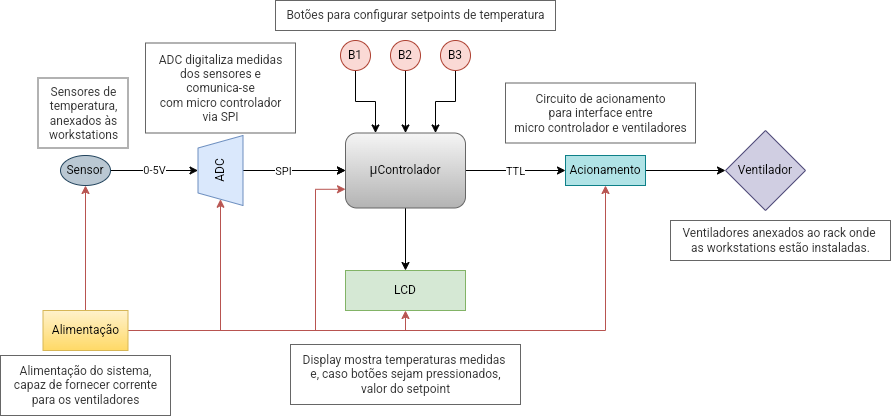
The draw.io diagram 2022.2/ventsys/ventsys.drawio.png in vm-bertini/ea075-2023.1, before a commit. Source tidied: cells renumbered, new cells last; positions are measured from the earlier drawing's top-left corner, leaving out a move shared by most shapes. The source it was exported from:
```xml
<mxGraphModel>
  <root>
    <mxCell id="0" />
    <mxCell id="1" parent="0" />
    <mxCell id="2" style="edgeStyle=orthogonalEdgeStyle;rounded=0;jettySize=auto;html=1;exitX=1;exitY=0.5;exitDx=0;exitDy=0;fontFamily=Helvetica;entryX=0;entryY=0.5;entryDx=0;entryDy=0;" parent="1" edge="1" source="5" target="11">
      <mxGeometry relative="1" as="geometry" />
    </mxCell>
    <mxCell id="3" value="TTL" style="edgeLabel;html=1;align=center;verticalAlign=middle;" parent="2" vertex="1">
      <mxGeometry x="0.3" relative="1" as="geometry">
        <mxPoint x="-16" as="offset" />
      </mxGeometry>
    </mxCell>
    <mxCell id="4" style="edgeStyle=orthogonalEdgeStyle;rounded=0;jettySize=auto;html=1;exitX=0.5;exitY=1;exitDx=0;exitDy=0;entryX=0.5;entryY=0;entryDx=0;entryDy=0;fontFamily=Helvetica;" parent="1" edge="1" source="5" target="12">
      <mxGeometry relative="1" as="geometry" />
    </mxCell>
    <mxCell id="5" value="&lt;p&gt;&lt;span style=&quot;color: rgb(32, 33, 34); font-size: 14px; text-align: start;&quot;&gt;μ&lt;/span&gt;Controlador&lt;/p&gt;" style="rounded=1;whiteSpace=wrap;html=1;fontSize=12;glass=0;strokeWidth=1;shadow=0;fillColor=#f5f5f5;strokeColor=#666666;gradientColor=#b3b3b3;" parent="1" vertex="1">
      <mxGeometry x="345" y="132.5" width="120" height="75" as="geometry" />
    </mxCell>
    <mxCell id="6" style="edgeStyle=orthogonalEdgeStyle;rounded=0;jettySize=auto;html=1;entryX=0;entryY=0.5;entryDx=0;entryDy=0;exitX=1;exitY=0.5;exitDx=0;exitDy=0;" parent="1" edge="1" target="5">
      <mxGeometry relative="1" as="geometry">
        <mxPoint x="255" y="170" as="sourcePoint" />
      </mxGeometry>
    </mxCell>
    <mxCell id="7" value="0-5V" style="edgeStyle=orthogonalEdgeStyle;rounded=0;jettySize=auto;html=1;exitX=1;exitY=0.5;exitDx=0;exitDy=0;entryX=0.5;entryY=0;entryDx=0;entryDy=0;fontFamily=Helvetica;" parent="1" edge="1" source="8" target="17">
      <mxGeometry relative="1" as="geometry" />
    </mxCell>
    <mxCell id="8" value="Sensor" style="ellipse;whiteSpace=wrap;html=1;fillColor=#bac8d3;strokeColor=#23445d;" parent="1" vertex="1">
      <mxGeometry x="60" y="155" width="50" height="30" as="geometry" />
    </mxCell>
    <mxCell id="9" value="Ventilador" style="rhombus;whiteSpace=wrap;html=1;fontFamily=Helvetica;fillColor=#d0cee2;strokeColor=#56517e;" parent="1" vertex="1">
      <mxGeometry x="725" y="130" width="80" height="80" as="geometry" />
    </mxCell>
    <mxCell id="10" style="edgeStyle=orthogonalEdgeStyle;rounded=0;jettySize=auto;html=1;exitX=1;exitY=0.5;exitDx=0;exitDy=0;entryX=0;entryY=0.5;entryDx=0;entryDy=0;fontFamily=Helvetica;" parent="1" edge="1" source="11" target="9">
      <mxGeometry relative="1" as="geometry" />
    </mxCell>
    <mxCell id="11" value="Acionamento" style="rounded=0;whiteSpace=wrap;html=1;fillColor=#b0e3e6;strokeColor=#0e8088;" parent="1" vertex="1">
      <mxGeometry x="565" y="155" width="80" height="30" as="geometry" />
    </mxCell>
    <mxCell id="12" value="LCD" style="rounded=0;whiteSpace=wrap;html=1;fontFamily=Helvetica;fillColor=#d5e8d4;strokeColor=#82b366;" parent="1" vertex="1">
      <mxGeometry x="345" y="270" width="120" height="40" as="geometry" />
    </mxCell>
    <mxCell id="13" style="edgeStyle=orthogonalEdgeStyle;rounded=0;jettySize=auto;html=1;" parent="1" edge="1" source="14" target="5">
      <mxGeometry relative="1" as="geometry">
        <Array as="points">
          <mxPoint x="355" y="101" />
          <mxPoint x="375" y="101" />
        </Array>
      </mxGeometry>
    </mxCell>
    <mxCell id="14" value="B1" style="ellipse;whiteSpace=wrap;html=1;fontFamily=Helvetica;fillColor=#fad9d5;strokeColor=#ae4132;" parent="1" vertex="1">
      <mxGeometry x="340" y="40" width="30" height="30" as="geometry" />
    </mxCell>
    <mxCell id="15" style="edgeStyle=orthogonalEdgeStyle;rounded=0;jettySize=auto;html=1;" parent="1" edge="1" source="17" target="5">
      <mxGeometry relative="1" as="geometry" />
    </mxCell>
    <mxCell id="16" value="SPI" style="edgeLabel;html=1;align=center;verticalAlign=middle;" parent="15" vertex="1">
      <mxGeometry x="-0.22" relative="1" as="geometry" />
    </mxCell>
    <mxCell id="17" value="ADC" style="shape=trapezoid;perimeter=trapezoidPerimeter;whiteSpace=wrap;html=1;fixedSize=1;rotation=-90;size=12.5;fillColor=#dae8fc;strokeColor=#6c8ebf;" parent="1" vertex="1">
      <mxGeometry x="185" y="147.5" width="70" height="45" as="geometry" />
    </mxCell>
    <mxCell id="18" style="edgeStyle=orthogonalEdgeStyle;rounded=0;jettySize=auto;html=1;" parent="1" edge="1" source="19" target="5">
      <mxGeometry relative="1" as="geometry" />
    </mxCell>
    <mxCell id="19" value="B2" style="ellipse;whiteSpace=wrap;html=1;fontFamily=Helvetica;fillColor=#fad9d5;strokeColor=#ae4132;" parent="1" vertex="1">
      <mxGeometry x="390" y="40" width="30" height="30" as="geometry" />
    </mxCell>
    <mxCell id="20" style="edgeStyle=orthogonalEdgeStyle;rounded=0;jettySize=auto;html=1;" parent="1" edge="1" source="21" target="5">
      <mxGeometry relative="1" as="geometry">
        <Array as="points">
          <mxPoint x="455" y="101" />
          <mxPoint x="435" y="101" />
        </Array>
      </mxGeometry>
    </mxCell>
    <mxCell id="21" value="B3" style="ellipse;whiteSpace=wrap;html=1;fontFamily=Helvetica;fillColor=#fad9d5;strokeColor=#ae4132;" parent="1" vertex="1">
      <mxGeometry x="440" y="40" width="30" height="30" as="geometry" />
    </mxCell>
    <mxCell id="22" style="edgeStyle=orthogonalEdgeStyle;rounded=0;jettySize=auto;html=1;fillColor=#f8cecc;gradientColor=#ea6b66;strokeColor=#b85450;" parent="1" edge="1" source="27" target="8">
      <mxGeometry relative="1" as="geometry" />
    </mxCell>
    <mxCell id="23" style="edgeStyle=orthogonalEdgeStyle;rounded=0;jettySize=auto;html=1;exitX=1;exitY=0.5;exitDx=0;exitDy=0;entryX=0;entryY=0.5;entryDx=0;entryDy=0;fillColor=#f8cecc;gradientColor=#ea6b66;strokeColor=#b85450;" parent="1" edge="1" source="27" target="17">
      <mxGeometry relative="1" as="geometry" />
    </mxCell>
    <mxCell id="24" style="edgeStyle=orthogonalEdgeStyle;rounded=0;jettySize=auto;html=1;entryX=0.5;entryY=1;entryDx=0;entryDy=0;fillColor=#f8cecc;gradientColor=#ea6b66;strokeColor=#b85450;" parent="1" edge="1" source="27" target="12">
      <mxGeometry relative="1" as="geometry" />
    </mxCell>
    <mxCell id="25" style="edgeStyle=orthogonalEdgeStyle;rounded=0;jettySize=auto;html=1;entryX=0;entryY=0.75;entryDx=0;entryDy=0;fillColor=#f8cecc;gradientColor=#ea6b66;strokeColor=#b85450;" parent="1" edge="1" source="27" target="5">
      <mxGeometry relative="1" as="geometry">
        <Array as="points">
          <mxPoint x="315" y="330" />
          <mxPoint x="315" y="189" />
        </Array>
      </mxGeometry>
    </mxCell>
    <mxCell id="26" style="edgeStyle=orthogonalEdgeStyle;rounded=0;jettySize=auto;html=1;exitX=1;exitY=0.5;exitDx=0;exitDy=0;entryX=0.5;entryY=1;entryDx=0;entryDy=0;fillColor=#f8cecc;gradientColor=#ea6b66;strokeColor=#b85450;" parent="1" edge="1" source="27" target="11">
      <mxGeometry relative="1" as="geometry" />
    </mxCell>
    <mxCell id="27" value="Alimentação" style="rounded=0;whiteSpace=wrap;html=1;fontFamily=Helvetica;fillColor=#fff2cc;strokeColor=#d6b656;gradientColor=#ffd966;" parent="1" vertex="1">
      <mxGeometry x="42.5" y="310" width="85" height="40" as="geometry" />
    </mxCell>
    <mxCell id="28" value="Sensores de &lt;br&gt;temperatura, &lt;br&gt;anexados às &lt;br&gt;workstations" style="text;html=1;align=center;verticalAlign=middle;fillColor=none;fontColor=#333333;strokeColor=#666666;" parent="1" vertex="1">
      <mxGeometry x="37.5" y="77.5" width="90" height="70" as="geometry" />
    </mxCell>
    <mxCell id="29" value="Alimentação do sistema,&lt;br&gt;capaz de fornecer corrente&lt;br&gt;para os ventiladores" style="text;html=1;align=center;verticalAlign=middle;strokeColor=#666666;fillColor=none;fontColor=#333333;" parent="1" vertex="1">
      <mxGeometry y="355" width="170" height="60" as="geometry" />
    </mxCell>
    <mxCell id="30" value="Botões para configurar setpoints de temperatura" style="text;html=1;align=center;verticalAlign=middle;strokeColor=#666666;fillColor=none;fontColor=#333333;" parent="1" vertex="1">
      <mxGeometry x="275" width="280" height="30" as="geometry" />
    </mxCell>
    <mxCell id="31" value="ADC digitaliza medidas&lt;br&gt;dos sensores e &lt;br&gt;comunica-se&lt;br&gt;com micro controlador &lt;br&gt;via SPI" style="text;html=1;align=center;verticalAlign=middle;fillColor=none;fontColor=#333333;strokeColor=#666666;" parent="1" vertex="1">
      <mxGeometry x="145" y="42.5" width="150" height="90" as="geometry" />
    </mxCell>
    <mxCell id="32" value="Display mostra temperaturas medidas&amp;nbsp;&lt;br&gt;e, caso botões sejam pressionados,&lt;br&gt;valor do setpoint" style="text;html=1;align=center;verticalAlign=middle;strokeColor=#666666;fillColor=none;fontColor=#333333;" parent="1" vertex="1">
      <mxGeometry x="290" y="344" width="230" height="60" as="geometry" />
    </mxCell>
    <mxCell id="33" value="Circuito de acionamento &lt;br&gt;para interface entre &lt;br&gt;micro controlador e ventiladores" style="text;html=1;align=center;verticalAlign=middle;strokeColor=#666666;fillColor=none;fontColor=#333333;" parent="1" vertex="1">
      <mxGeometry x="505" y="82.5" width="190" height="60" as="geometry" />
    </mxCell>
    <mxCell id="34" value="Ventiladores anexados ao rack onde&amp;nbsp;&lt;br&gt;as workstations estão instaladas." style="text;html=1;align=center;verticalAlign=middle;strokeColor=#666666;fillColor=none;fontColor=#333333;" parent="1" vertex="1">
      <mxGeometry x="670" y="220" width="220" height="40" as="geometry" />
    </mxCell>
  </root>
</mxGraphModel>
```
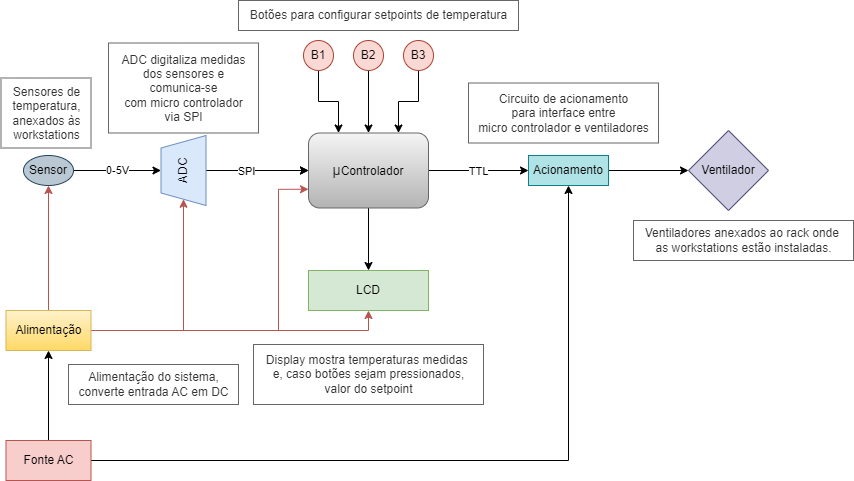
After the commit.

The edit, as a diff of the source:
```diff
@@ -93,17 +93,14 @@
         </Array>
       </mxGeometry>
     </mxCell>
-    <mxCell id="26" style="edgeStyle=orthogonalEdgeStyle;rounded=0;jettySize=auto;html=1;exitX=1;exitY=0.5;exitDx=0;exitDy=0;entryX=0.5;entryY=1;entryDx=0;entryDy=0;fillColor=#f8cecc;gradientColor=#ea6b66;strokeColor=#b85450;" parent="1" edge="1" source="27" target="11">
-      <mxGeometry relative="1" as="geometry" />
-    </mxCell>
     <mxCell id="27" value="Alimentação" style="rounded=0;whiteSpace=wrap;html=1;fontFamily=Helvetica;fillColor=#fff2cc;strokeColor=#d6b656;gradientColor=#ffd966;" parent="1" vertex="1">
       <mxGeometry x="42.5" y="310" width="85" height="40" as="geometry" />
     </mxCell>
     <mxCell id="28" value="Sensores de &lt;br&gt;temperatura, &lt;br&gt;anexados às &lt;br&gt;workstations" style="text;html=1;align=center;verticalAlign=middle;fillColor=none;fontColor=#333333;strokeColor=#666666;" parent="1" vertex="1">
       <mxGeometry x="37.5" y="77.5" width="90" height="70" as="geometry" />
     </mxCell>
-    <mxCell id="29" value="Alimentação do sistema,&lt;br&gt;capaz de fornecer corrente&lt;br&gt;para os ventiladores" style="text;html=1;align=center;verticalAlign=middle;strokeColor=#666666;fillColor=none;fontColor=#333333;" parent="1" vertex="1">
-      <mxGeometry y="355" width="170" height="60" as="geometry" />
+    <mxCell id="29" value="Alimentação do sistema,&lt;br&gt;converte entrada AC em DC" style="text;html=1;align=center;verticalAlign=middle;strokeColor=#666666;fillColor=none;fontColor=#333333;" parent="1" vertex="1">
+      <mxGeometry x="105" y="364" width="170" height="40" as="geometry" />
     </mxCell>
     <mxCell id="30" value="Botões para configurar setpoints de temperatura" style="text;html=1;align=center;verticalAlign=middle;strokeColor=#666666;fillColor=none;fontColor=#333333;" parent="1" vertex="1">
       <mxGeometry x="275" width="280" height="30" as="geometry" />
@@ -120,5 +117,14 @@
     <mxCell id="34" value="Ventiladores anexados ao rack onde&amp;nbsp;&lt;br&gt;as workstations estão instaladas." style="text;html=1;align=center;verticalAlign=middle;strokeColor=#666666;fillColor=none;fontColor=#333333;" parent="1" vertex="1">
       <mxGeometry x="670" y="220" width="220" height="40" as="geometry" />
     </mxCell>
+    <mxCell id="35" style="edgeStyle=orthogonalEdgeStyle;rounded=0;jettySize=auto;html=1;entryX=0.5;entryY=1;entryDx=0;entryDy=0;" parent="1" edge="1" source="37" target="27">
+      <mxGeometry relative="1" as="geometry" />
+    </mxCell>
+    <mxCell id="36" style="edgeStyle=orthogonalEdgeStyle;rounded=0;jettySize=auto;html=1;entryX=0.5;entryY=1;entryDx=0;entryDy=0;" parent="1" edge="1" source="37" target="11">
+      <mxGeometry relative="1" as="geometry" />
+    </mxCell>
+    <mxCell id="37" value="Fonte AC" style="rounded=0;whiteSpace=wrap;html=1;fontFamily=Helvetica;fillColor=#f8cecc;strokeColor=#b85450;" parent="1" vertex="1">
+      <mxGeometry x="42.5" y="440" width="85" height="40" as="geometry" />
+    </mxCell>
   </root>
 </mxGraphModel>
```
